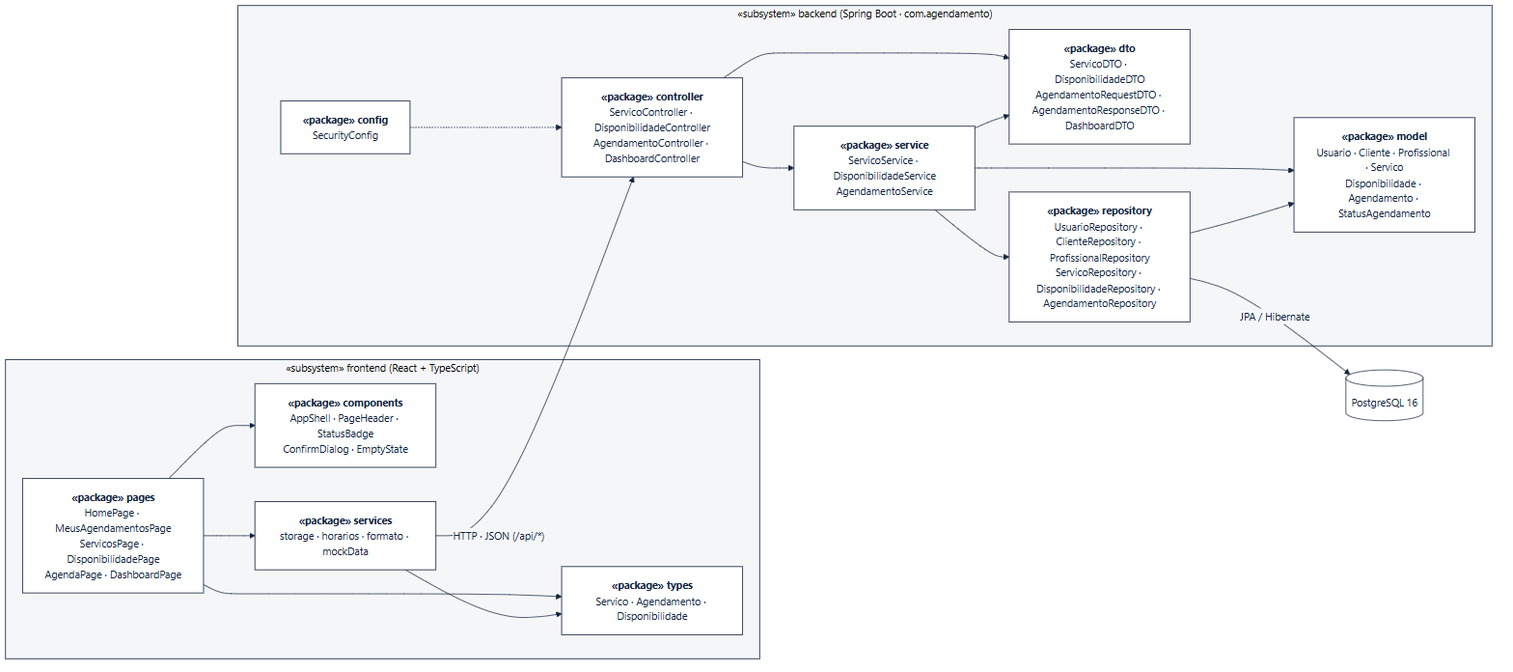
C4103M/sistema-prestadores-servico keeps this Mermaid diagram as docs/diagramas/pacotes.png. Above is the earlier version. Its source is kept beside it as docs/diagramas/pacotes.mmd. The source it was exported from:
```mermaid
flowchart LR
    subgraph FE ["«subsystem» frontend (React + TypeScript)"]
        direction TB
        pages["<b>«package» pages</b><br/>HomePage · MeusAgendamentosPage<br/>ServicosPage · DisponibilidadePage<br/>AgendaPage · DashboardPage"]
        components["<b>«package» components</b><br/>AppShell · PageHeader · StatusBadge<br/>ConfirmDialog · EmptyState"]
        fservices["<b>«package» services</b><br/>storage · horarios · formato · mockData"]
        types["<b>«package» types</b><br/>Servico · Agendamento · Disponibilidade"]
        pages --> components
        pages --> fservices
        pages --> types
        fservices --> types
    end

    subgraph BE ["«subsystem» backend (Spring Boot · com.agendamento)"]
        direction TB
        config["<b>«package» config</b><br/>SecurityConfig"]
        controller["<b>«package» controller</b><br/>ServicoController · DisponibilidadeController<br/>AgendamentoController · DashboardController"]
        dto["<b>«package» dto</b><br/>ServicoDTO · DisponibilidadeDTO<br/>AgendamentoRequestDTO · AgendamentoResponseDTO · DashboardDTO"]
        service["<b>«package» service</b><br/>ServicoService · DisponibilidadeService<br/>AgendamentoService"]
        repository["<b>«package» repository</b><br/>UsuarioRepository · ClienteRepository · ProfissionalRepository<br/>ServicoRepository · DisponibilidadeRepository · AgendamentoRepository"]
        model["<b>«package» model</b><br/>Usuario · Cliente · Profissional · Servico<br/>Disponibilidade · Agendamento · StatusAgendamento"]
        config -.-> controller
        controller --> service
        controller --> dto
        service --> repository
        service --> model
        service --> dto
        repository --> model
    end

    db[("PostgreSQL 16")]

    fservices -- "HTTP · JSON (/api/*)" --> controller
    repository -- "JPA / Hibernate" --> db
```
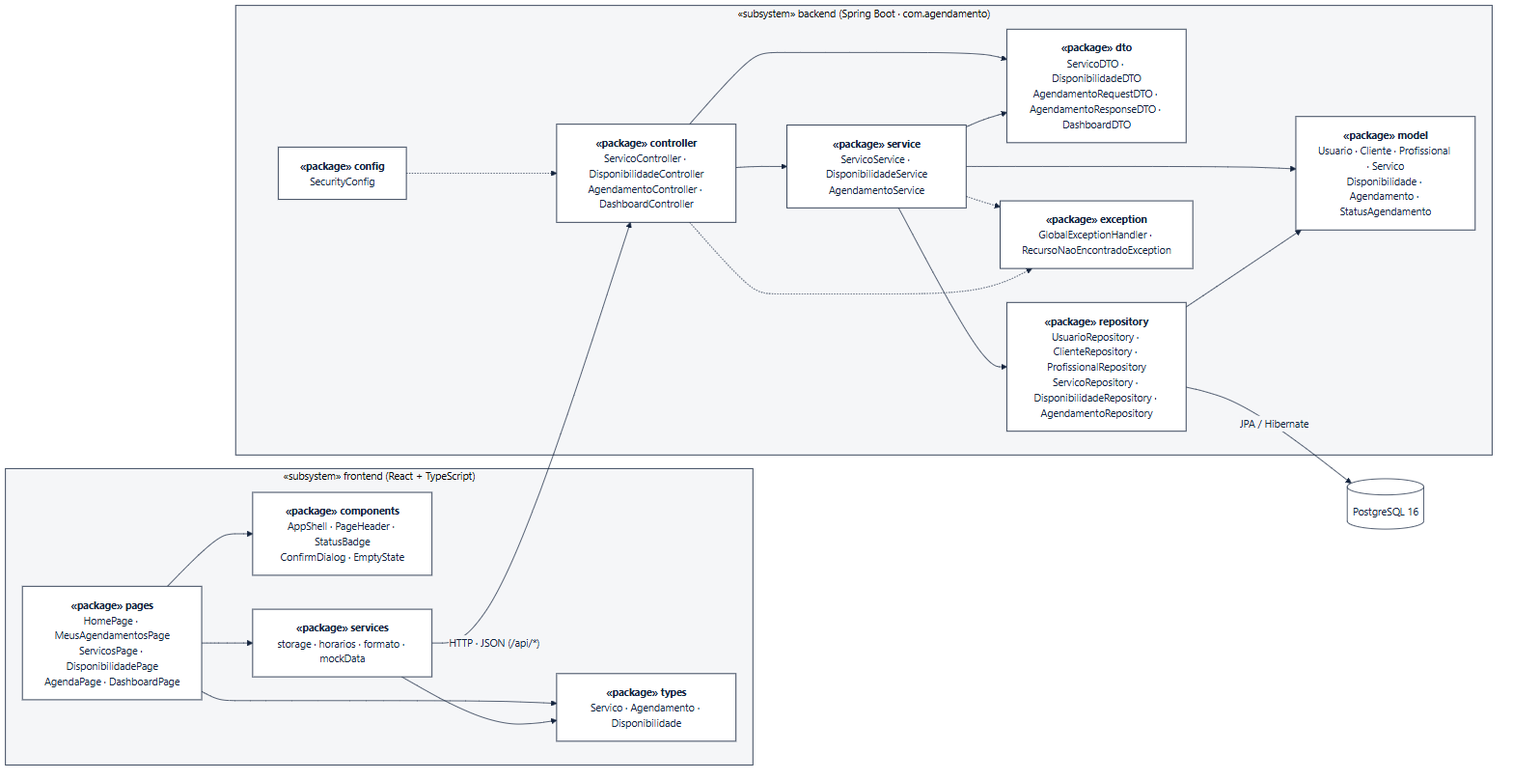
Above is the later version.

The edit, as a diff of the source:
```diff
@@ -19,6 +19,7 @@
         service["<b>«package» service</b><br/>ServicoService · DisponibilidadeService<br/>AgendamentoService"]
         repository["<b>«package» repository</b><br/>UsuarioRepository · ClienteRepository · ProfissionalRepository<br/>ServicoRepository · DisponibilidadeRepository · AgendamentoRepository"]
         model["<b>«package» model</b><br/>Usuario · Cliente · Profissional · Servico<br/>Disponibilidade · Agendamento · StatusAgendamento"]
+        exception["<b>«package» exception</b><br/>GlobalExceptionHandler · RecursoNaoEncontradoException"]
         config -.-> controller
         controller --> service
         controller --> dto
@@ -26,6 +27,8 @@
         service --> model
         service --> dto
         repository --> model
+        service -.-> exception
+        controller -.-> exception
     end
 
     db[("PostgreSQL 16")]
```
